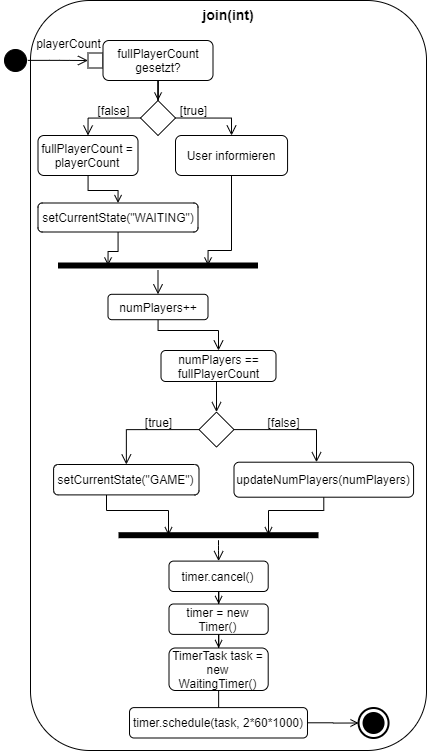
Earlier version of the draw.io export Doku/images/AD_join.png (KjellooMelloo/gameoftrons). Source tidied: cells renumbered, new cells last; positions are measured from the earlier drawing's top-left corner, leaving out a move shared by most shapes. Its diagram source:
```xml
<mxGraphModel>
  <root>
    <mxCell id="0" />
    <mxCell id="1" parent="0" />
    <mxCell id="2" value="&lt;b&gt;&lt;font style=&quot;font-size: 14px&quot;&gt;join(int)&lt;/font&gt;&lt;/b&gt;" style="rounded=1;whiteSpace=wrap;html=1;align=center;verticalAlign=top;" parent="1" vertex="1">
      <mxGeometry x="30" width="396" height="750" as="geometry" />
    </mxCell>
    <mxCell id="3" style="ellipse;html=1;shape=startState;fillColor=#000000;strokeColor=#000000;align=center;" parent="1" vertex="1">
      <mxGeometry y="45" width="30" height="30" as="geometry" />
    </mxCell>
    <mxCell id="4" style="edgeStyle=orthogonalEdgeStyle;html=1;verticalAlign=bottom;endArrow=open;endSize=8;strokeColor=#000000;entryX=0;entryY=0.5;entryDx=0;entryDy=0;exitX=0.909;exitY=0.496;exitDx=0;exitDy=0;exitPerimeter=0;" parent="1" edge="1" source="3" target="5">
      <mxGeometry relative="1" as="geometry" />
    </mxCell>
    <mxCell id="5" style="rounded=0;whiteSpace=wrap;html=1;strokeColor=#000000;align=center;" parent="1" vertex="1">
      <mxGeometry x="87.5" y="52.5" width="15" height="15" as="geometry" />
    </mxCell>
    <mxCell id="6" value="playerCount" style="text;html=1;align=center;verticalAlign=middle;" parent="1" vertex="1">
      <mxGeometry x="27.5" y="32.5" width="80" height="20" as="geometry" />
    </mxCell>
    <mxCell id="7" style="edgeStyle=orthogonalEdgeStyle;rounded=0;jettySize=auto;html=1;entryX=0.5;entryY=0;entryDx=0;entryDy=0;endArrow=open;endFill=0;" parent="1" edge="1" source="8" target="11">
      <mxGeometry relative="1" as="geometry" />
    </mxCell>
    <mxCell id="8" value="fullPlayerCount gesetzt?" style="shape=rect;html=1;rounded=1;whiteSpace=wrap;align=center;" parent="1" vertex="1">
      <mxGeometry x="102.5" y="40" width="110" height="40" as="geometry" />
    </mxCell>
    <mxCell id="9" style="edgeStyle=orthogonalEdgeStyle;rounded=0;jettySize=auto;html=1;entryX=0.5;entryY=0;entryDx=0;entryDy=0;endArrow=open;endFill=0;endSize=8;strokeColor=#000000;exitX=0;exitY=0.5;exitDx=0;exitDy=0;" parent="1" edge="1" source="11" target="33">
      <mxGeometry relative="1" as="geometry">
        <Array as="points">
          <mxPoint x="87" y="117" />
        </Array>
      </mxGeometry>
    </mxCell>
    <mxCell id="10" style="edgeStyle=orthogonalEdgeStyle;rounded=0;jettySize=auto;html=1;entryX=0.5;entryY=0;entryDx=0;entryDy=0;endArrow=open;endFill=0;endSize=8;strokeColor=#000000;exitX=1;exitY=0.5;exitDx=0;exitDy=0;" parent="1" edge="1" source="11" target="14">
      <mxGeometry relative="1" as="geometry">
        <Array as="points">
          <mxPoint x="231" y="117" />
        </Array>
      </mxGeometry>
    </mxCell>
    <mxCell id="11" style="rhombus;whiteSpace=wrap;html=1;strokeColor=#000000;align=center;" parent="1" vertex="1">
      <mxGeometry x="140" y="100" width="35" height="35" as="geometry" />
    </mxCell>
    <mxCell id="12" value="[false]" style="text;html=1;align=center;verticalAlign=middle;" parent="1" vertex="1">
      <mxGeometry x="87.5" y="99.5" width="50" height="20" as="geometry" />
    </mxCell>
    <mxCell id="13" style="edgeStyle=orthogonalEdgeStyle;rounded=0;jettySize=auto;html=1;entryX=0.75;entryY=0.5;entryDx=0;entryDy=0;entryPerimeter=0;endArrow=open;endFill=0;" parent="1" edge="1" source="14" target="29">
      <mxGeometry relative="1" as="geometry">
        <Array as="points">
          <mxPoint x="231" y="250" />
          <mxPoint x="207" y="250" />
        </Array>
      </mxGeometry>
    </mxCell>
    <mxCell id="14" value="User informieren" style="shape=rect;html=1;rounded=1;whiteSpace=wrap;align=center;" parent="1" vertex="1">
      <mxGeometry x="175" y="135" width="112.1" height="40" as="geometry" />
    </mxCell>
    <mxCell id="15" value="[true]" style="text;html=1;align=center;verticalAlign=middle;" parent="1" vertex="1">
      <mxGeometry x="172.5" y="99.5" width="40" height="20" as="geometry" />
    </mxCell>
    <mxCell id="16" style="edgeStyle=orthogonalEdgeStyle;rounded=0;jettySize=auto;html=1;endArrow=open;endFill=0;endSize=8;strokeColor=#000000;" parent="1" edge="1" source="17" target="19">
      <mxGeometry relative="1" as="geometry">
        <Array as="points">
          <mxPoint x="158" y="330" />
          <mxPoint x="218" y="330" />
        </Array>
      </mxGeometry>
    </mxCell>
    <mxCell id="17" value="numPlayers++" style="shape=rect;html=1;rounded=1;whiteSpace=wrap;align=center;" parent="1" vertex="1">
      <mxGeometry x="107.5" y="293.8" width="100" height="25.4" as="geometry" />
    </mxCell>
    <mxCell id="18" style="edgeStyle=orthogonalEdgeStyle;rounded=0;jettySize=auto;html=1;entryX=0.5;entryY=0;entryDx=0;entryDy=0;endArrow=open;endFill=0;endSize=8;strokeColor=#000000;exitX=0.5;exitY=1;exitDx=0;exitDy=0;" parent="1" edge="1" source="19" target="22">
      <mxGeometry relative="1" as="geometry" />
    </mxCell>
    <mxCell id="19" value="numPlayers == fullPlayerCount" style="shape=rect;html=1;rounded=1;whiteSpace=wrap;align=center;" parent="1" vertex="1">
      <mxGeometry x="160.5" y="350" width="115" height="31" as="geometry" />
    </mxCell>
    <mxCell id="20" style="edgeStyle=orthogonalEdgeStyle;rounded=0;jettySize=auto;html=1;endArrow=open;endFill=0;endSize=8;strokeColor=#000000;exitX=0;exitY=0.5;exitDx=0;exitDy=0;" parent="1" edge="1" source="22" target="24">
      <mxGeometry relative="1" as="geometry" />
    </mxCell>
    <mxCell id="21" style="edgeStyle=orthogonalEdgeStyle;rounded=0;jettySize=auto;html=1;endArrow=open;endFill=0;endSize=8;strokeColor=#000000;exitX=1;exitY=0.5;exitDx=0;exitDy=0;" parent="1" edge="1" source="22" target="26">
      <mxGeometry relative="1" as="geometry">
        <Array as="points">
          <mxPoint x="316" y="429" />
        </Array>
      </mxGeometry>
    </mxCell>
    <mxCell id="22" style="rhombus;whiteSpace=wrap;html=1;strokeColor=#000000;align=center;" parent="1" vertex="1">
      <mxGeometry x="198.5" y="411.6" width="35" height="35" as="geometry" />
    </mxCell>
    <mxCell id="23" style="edgeStyle=orthogonalEdgeStyle;rounded=0;jettySize=auto;html=1;entryX=0.25;entryY=0.5;entryDx=0;entryDy=0;entryPerimeter=0;endArrow=open;endFill=0;" parent="1" edge="1" source="24" target="36">
      <mxGeometry relative="1" as="geometry">
        <Array as="points">
          <mxPoint x="106" y="510" />
          <mxPoint x="168" y="510" />
        </Array>
      </mxGeometry>
    </mxCell>
    <mxCell id="24" value="setCurrentState(&quot;GAME&quot;)" style="shape=rect;html=1;rounded=1;whiteSpace=wrap;align=center;" parent="1" vertex="1">
      <mxGeometry x="53.1" y="464" width="145.4" height="30.4" as="geometry" />
    </mxCell>
    <mxCell id="25" style="edgeStyle=orthogonalEdgeStyle;rounded=0;jettySize=auto;html=1;entryX=0.75;entryY=0.5;entryDx=0;entryDy=0;entryPerimeter=0;endArrow=open;endFill=0;exitX=0.5;exitY=1;exitDx=0;exitDy=0;" parent="1" edge="1" source="26" target="36">
      <mxGeometry relative="1" as="geometry">
        <Array as="points">
          <mxPoint x="323" y="510" />
          <mxPoint x="268" y="510" />
        </Array>
      </mxGeometry>
    </mxCell>
    <mxCell id="26" value="updateNumPlayers(numPlayers)" style="shape=rect;html=1;rounded=1;whiteSpace=wrap;align=center;" parent="1" vertex="1">
      <mxGeometry x="233.5" y="461.7" width="179.6" height="35" as="geometry" />
    </mxCell>
    <mxCell id="27" value="[true]" style="text;html=1;align=center;verticalAlign=middle;" parent="1" vertex="1">
      <mxGeometry x="138.1" y="411.6" width="40" height="20" as="geometry" />
    </mxCell>
    <mxCell id="28" value="[false]" style="text;html=1;align=center;verticalAlign=middle;" parent="1" vertex="1">
      <mxGeometry x="257.5" y="411.6" width="50" height="20" as="geometry" />
    </mxCell>
    <mxCell id="29" style="shape=line;html=1;strokeWidth=6;strokeColor=#000000;align=center;" parent="1" vertex="1">
      <mxGeometry x="57.5" y="260" width="200" height="10" as="geometry" />
    </mxCell>
    <mxCell id="30" style="edgeStyle=orthogonalEdgeStyle;html=1;verticalAlign=bottom;endArrow=open;endSize=8;strokeColor=#000000;entryX=0.5;entryY=0;entryDx=0;entryDy=0;" parent="1" edge="1" source="29" target="17">
      <mxGeometry relative="1" as="geometry" />
    </mxCell>
    <mxCell id="31" style="html=1;shape=mxgraph.sysml.actFinal;strokeWidth=2;verticalLabelPosition=bottom;verticalAlignment=top;align=center;" parent="1" vertex="1">
      <mxGeometry x="358.1" y="707.5" width="30" height="30" as="geometry" />
    </mxCell>
    <mxCell id="32" style="edgeStyle=orthogonalEdgeStyle;rounded=0;jettySize=auto;html=1;entryX=0.5;entryY=0;entryDx=0;entryDy=0;endArrow=open;endFill=0;" parent="1" edge="1" source="33" target="35">
      <mxGeometry relative="1" as="geometry">
        <Array as="points">
          <mxPoint x="87" y="190" />
          <mxPoint x="117" y="190" />
        </Array>
      </mxGeometry>
    </mxCell>
    <mxCell id="33" value="fullPlayerCount = playerCount" style="shape=rect;html=1;rounded=1;whiteSpace=wrap;align=center;" parent="1" vertex="1">
      <mxGeometry x="37.5" y="135" width="100" height="40" as="geometry" />
    </mxCell>
    <mxCell id="34" style="edgeStyle=orthogonalEdgeStyle;rounded=0;jettySize=auto;html=1;entryX=0.25;entryY=0.5;entryDx=0;entryDy=0;entryPerimeter=0;endArrow=open;endFill=0;" parent="1" edge="1" source="35" target="29">
      <mxGeometry relative="1" as="geometry">
        <Array as="points">
          <mxPoint x="117" y="251" />
          <mxPoint x="107" y="251" />
        </Array>
      </mxGeometry>
    </mxCell>
    <mxCell id="35" value="setCurrentState(&quot;WAITING&quot;)" style="shape=rect;html=1;rounded=1;whiteSpace=wrap;align=center;" parent="1" vertex="1">
      <mxGeometry x="37.5" y="202.5" width="160" height="29" as="geometry" />
    </mxCell>
    <mxCell id="36" style="shape=line;html=1;strokeWidth=6;strokeColor=#000000;align=center;" parent="1" vertex="1">
      <mxGeometry x="118" y="529.7" width="200" height="10" as="geometry" />
    </mxCell>
    <mxCell id="37" style="edgeStyle=orthogonalEdgeStyle;html=1;verticalAlign=bottom;endArrow=open;endSize=8;strokeColor=#000000;entryX=0.5;entryY=0;entryDx=0;entryDy=0;" parent="1" edge="1" source="36" target="39">
      <mxGeometry relative="1" as="geometry" />
    </mxCell>
    <mxCell id="38" style="edgeStyle=orthogonalEdgeStyle;rounded=0;jettySize=auto;html=1;endArrow=open;endFill=0;" parent="1" edge="1" source="39" target="41">
      <mxGeometry relative="1" as="geometry" />
    </mxCell>
    <mxCell id="39" value="timer.cancel()" style="shape=rect;html=1;rounded=1;whiteSpace=wrap;align=center;" parent="1" vertex="1">
      <mxGeometry x="168.5" y="560.6" width="99.2" height="30.4" as="geometry" />
    </mxCell>
    <mxCell id="40" style="edgeStyle=orthogonalEdgeStyle;rounded=0;jettySize=auto;html=1;entryX=0.5;entryY=0;entryDx=0;entryDy=0;endArrow=open;endFill=0;" parent="1" edge="1" source="41" target="43">
      <mxGeometry relative="1" as="geometry" />
    </mxCell>
    <mxCell id="41" value="timer = new Timer()" style="shape=rect;html=1;rounded=1;whiteSpace=wrap;align=center;" parent="1" vertex="1">
      <mxGeometry x="168.5" y="603.5" width="99.2" height="30.4" as="geometry" />
    </mxCell>
    <mxCell id="42" style="edgeStyle=orthogonalEdgeStyle;rounded=0;jettySize=auto;html=1;entryX=0.5;entryY=0;entryDx=0;entryDy=0;endArrow=open;endFill=0;" parent="1" edge="1" source="43" target="45">
      <mxGeometry relative="1" as="geometry" />
    </mxCell>
    <mxCell id="43" value="TimerTask task = new WaitingTimer()" style="shape=rect;html=1;rounded=1;whiteSpace=wrap;align=center;" parent="1" vertex="1">
      <mxGeometry x="168.5" y="647.5" width="99.2" height="42.5" as="geometry" />
    </mxCell>
    <mxCell id="44" style="edgeStyle=orthogonalEdgeStyle;rounded=0;jettySize=auto;html=1;entryX=0;entryY=0.5;entryDx=0;entryDy=0;entryPerimeter=0;endArrow=open;endFill=0;" parent="1" edge="1" source="45" target="31">
      <mxGeometry relative="1" as="geometry" />
    </mxCell>
    <mxCell id="45" value="timer.schedule(task, 2*60*1000)" style="shape=rect;html=1;rounded=1;whiteSpace=wrap;align=center;" parent="1" vertex="1">
      <mxGeometry x="129" y="707.1" width="178" height="30.4" as="geometry" />
    </mxCell>
  </root>
</mxGraphModel>
```
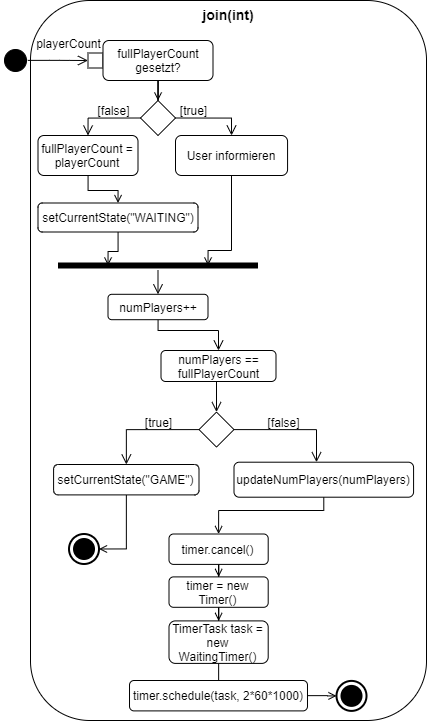
The same file after the commit.

Diff of the diagram source:
```diff
@@ -3,7 +3,7 @@
     <mxCell id="0" />
     <mxCell id="1" parent="0" />
     <mxCell id="2" value="&lt;b&gt;&lt;font style=&quot;font-size: 14px&quot;&gt;join(int)&lt;/font&gt;&lt;/b&gt;" style="rounded=1;whiteSpace=wrap;html=1;align=center;verticalAlign=top;" parent="1" vertex="1">
-      <mxGeometry x="30" width="396" height="750" as="geometry" />
+      <mxGeometry x="30" width="396" height="720" as="geometry" />
     </mxCell>
     <mxCell id="3" style="ellipse;html=1;shape=startState;fillColor=#000000;strokeColor=#000000;align=center;" parent="1" vertex="1">
       <mxGeometry y="45" width="30" height="30" as="geometry" />
@@ -87,22 +87,17 @@
     <mxCell id="22" style="rhombus;whiteSpace=wrap;html=1;strokeColor=#000000;align=center;" parent="1" vertex="1">
       <mxGeometry x="198.5" y="411.6" width="35" height="35" as="geometry" />
     </mxCell>
-    <mxCell id="23" style="edgeStyle=orthogonalEdgeStyle;rounded=0;jettySize=auto;html=1;entryX=0.25;entryY=0.5;entryDx=0;entryDy=0;entryPerimeter=0;endArrow=open;endFill=0;" parent="1" edge="1" source="24" target="36">
-      <mxGeometry relative="1" as="geometry">
-        <Array as="points">
-          <mxPoint x="106" y="510" />
-          <mxPoint x="168" y="510" />
-        </Array>
-      </mxGeometry>
+    <mxCell id="23" style="edgeStyle=orthogonalEdgeStyle;rounded=0;jettySize=auto;html=1;entryX=1;entryY=0.5;entryDx=0;entryDy=0;entryPerimeter=0;endArrow=open;endFill=0;" parent="1" edge="1" source="24" target="44">
+      <mxGeometry relative="1" as="geometry" />
     </mxCell>
     <mxCell id="24" value="setCurrentState(&quot;GAME&quot;)" style="shape=rect;html=1;rounded=1;whiteSpace=wrap;align=center;" parent="1" vertex="1">
       <mxGeometry x="53.1" y="464" width="145.4" height="30.4" as="geometry" />
     </mxCell>
-    <mxCell id="25" style="edgeStyle=orthogonalEdgeStyle;rounded=0;jettySize=auto;html=1;entryX=0.75;entryY=0.5;entryDx=0;entryDy=0;entryPerimeter=0;endArrow=open;endFill=0;exitX=0.5;exitY=1;exitDx=0;exitDy=0;" parent="1" edge="1" source="26" target="36">
+    <mxCell id="25" style="edgeStyle=orthogonalEdgeStyle;rounded=0;jettySize=auto;html=1;entryX=0.5;entryY=0;entryDx=0;entryDy=0;endArrow=open;endFill=0;exitX=0.5;exitY=1;exitDx=0;exitDy=0;" parent="1" edge="1" source="26" target="37">
       <mxGeometry relative="1" as="geometry">
         <Array as="points">
           <mxPoint x="323" y="510" />
-          <mxPoint x="268" y="510" />
+          <mxPoint x="218" y="510" />
         </Array>
       </mxGeometry>
     </mxCell>
@@ -122,7 +117,7 @@
       <mxGeometry relative="1" as="geometry" />
     </mxCell>
     <mxCell id="31" style="html=1;shape=mxgraph.sysml.actFinal;strokeWidth=2;verticalLabelPosition=bottom;verticalAlignment=top;align=center;" parent="1" vertex="1">
-      <mxGeometry x="358.1" y="707.5" width="30" height="30" as="geometry" />
+      <mxGeometry x="336" y="680.4" width="30" height="30" as="geometry" />
     </mxCell>
     <mxCell id="32" style="edgeStyle=orthogonalEdgeStyle;rounded=0;jettySize=auto;html=1;entryX=0.5;entryY=0;entryDx=0;entryDy=0;endArrow=open;endFill=0;" parent="1" edge="1" source="33" target="35">
       <mxGeometry relative="1" as="geometry">
@@ -146,35 +141,32 @@
     <mxCell id="35" value="setCurrentState(&quot;WAITING&quot;)" style="shape=rect;html=1;rounded=1;whiteSpace=wrap;align=center;" parent="1" vertex="1">
       <mxGeometry x="37.5" y="202.5" width="160" height="29" as="geometry" />
     </mxCell>
-    <mxCell id="36" style="shape=line;html=1;strokeWidth=6;strokeColor=#000000;align=center;" parent="1" vertex="1">
-      <mxGeometry x="118" y="529.7" width="200" height="10" as="geometry" />
+    <mxCell id="36" style="edgeStyle=orthogonalEdgeStyle;rounded=0;jettySize=auto;html=1;endArrow=open;endFill=0;" parent="1" edge="1" source="37" target="39">
+      <mxGeometry relative="1" as="geometry" />
     </mxCell>
-    <mxCell id="37" style="edgeStyle=orthogonalEdgeStyle;html=1;verticalAlign=bottom;endArrow=open;endSize=8;strokeColor=#000000;entryX=0.5;entryY=0;entryDx=0;entryDy=0;" parent="1" edge="1" source="36" target="39">
-      <mxGeometry relative="1" as="geometry" />
+    <mxCell id="37" value="timer.cancel()" style="shape=rect;html=1;rounded=1;whiteSpace=wrap;align=center;" parent="1" vertex="1">
+      <mxGeometry x="168.5" y="533.5" width="99.2" height="30.4" as="geometry" />
     </mxCell>
-    <mxCell id="38" style="edgeStyle=orthogonalEdgeStyle;rounded=0;jettySize=auto;html=1;endArrow=open;endFill=0;" parent="1" edge="1" source="39" target="41">
+    <mxCell id="38" style="edgeStyle=orthogonalEdgeStyle;rounded=0;jettySize=auto;html=1;entryX=0.5;entryY=0;entryDx=0;entryDy=0;endArrow=open;endFill=0;" parent="1" edge="1" source="39" target="41">
       <mxGeometry relative="1" as="geometry" />
     </mxCell>
-    <mxCell id="39" value="timer.cancel()" style="shape=rect;html=1;rounded=1;whiteSpace=wrap;align=center;" parent="1" vertex="1">
-      <mxGeometry x="168.5" y="560.6" width="99.2" height="30.4" as="geometry" />
+    <mxCell id="39" value="timer = new Timer()" style="shape=rect;html=1;rounded=1;whiteSpace=wrap;align=center;" parent="1" vertex="1">
+      <mxGeometry x="168.5" y="576.4" width="99.2" height="30.4" as="geometry" />
     </mxCell>
     <mxCell id="40" style="edgeStyle=orthogonalEdgeStyle;rounded=0;jettySize=auto;html=1;entryX=0.5;entryY=0;entryDx=0;entryDy=0;endArrow=open;endFill=0;" parent="1" edge="1" source="41" target="43">
       <mxGeometry relative="1" as="geometry" />
     </mxCell>
-    <mxCell id="41" value="timer = new Timer()" style="shape=rect;html=1;rounded=1;whiteSpace=wrap;align=center;" parent="1" vertex="1">
-      <mxGeometry x="168.5" y="603.5" width="99.2" height="30.4" as="geometry" />
+    <mxCell id="41" value="TimerTask task = new WaitingTimer()" style="shape=rect;html=1;rounded=1;whiteSpace=wrap;align=center;" parent="1" vertex="1">
+      <mxGeometry x="168.5" y="620.4" width="99.2" height="42.5" as="geometry" />
     </mxCell>
-    <mxCell id="42" style="edgeStyle=orthogonalEdgeStyle;rounded=0;jettySize=auto;html=1;entryX=0.5;entryY=0;entryDx=0;entryDy=0;endArrow=open;endFill=0;" parent="1" edge="1" source="43" target="45">
+    <mxCell id="42" style="edgeStyle=orthogonalEdgeStyle;rounded=0;jettySize=auto;html=1;entryX=0;entryY=0.5;entryDx=0;entryDy=0;entryPerimeter=0;endArrow=open;endFill=0;" parent="1" edge="1" source="43" target="31">
       <mxGeometry relative="1" as="geometry" />
     </mxCell>
-    <mxCell id="43" value="TimerTask task = new WaitingTimer()" style="shape=rect;html=1;rounded=1;whiteSpace=wrap;align=center;" parent="1" vertex="1">
-      <mxGeometry x="168.5" y="647.5" width="99.2" height="42.5" as="geometry" />
+    <mxCell id="43" value="timer.schedule(task, 2*60*1000)" style="shape=rect;html=1;rounded=1;whiteSpace=wrap;align=center;" parent="1" vertex="1">
+      <mxGeometry x="129" y="680" width="178" height="30.4" as="geometry" />
     </mxCell>
-    <mxCell id="44" style="edgeStyle=orthogonalEdgeStyle;rounded=0;jettySize=auto;html=1;entryX=0;entryY=0.5;entryDx=0;entryDy=0;entryPerimeter=0;endArrow=open;endFill=0;" parent="1" edge="1" source="45" target="31">
-      <mxGeometry relative="1" as="geometry" />
+    <mxCell id="44" style="html=1;shape=mxgraph.sysml.actFinal;strokeWidth=2;verticalLabelPosition=bottom;verticalAlignment=top;align=center;" parent="1" vertex="1">
+      <mxGeometry x="68.5" y="533.5" width="30" height="30" as="geometry" />
     </mxCell>
-    <mxCell id="45" value="timer.schedule(task, 2*60*1000)" style="shape=rect;html=1;rounded=1;whiteSpace=wrap;align=center;" parent="1" vertex="1">
-      <mxGeometry x="129" y="707.1" width="178" height="30.4" as="geometry" />
-    </mxCell>
   </root>
 </mxGraphModel>
```
